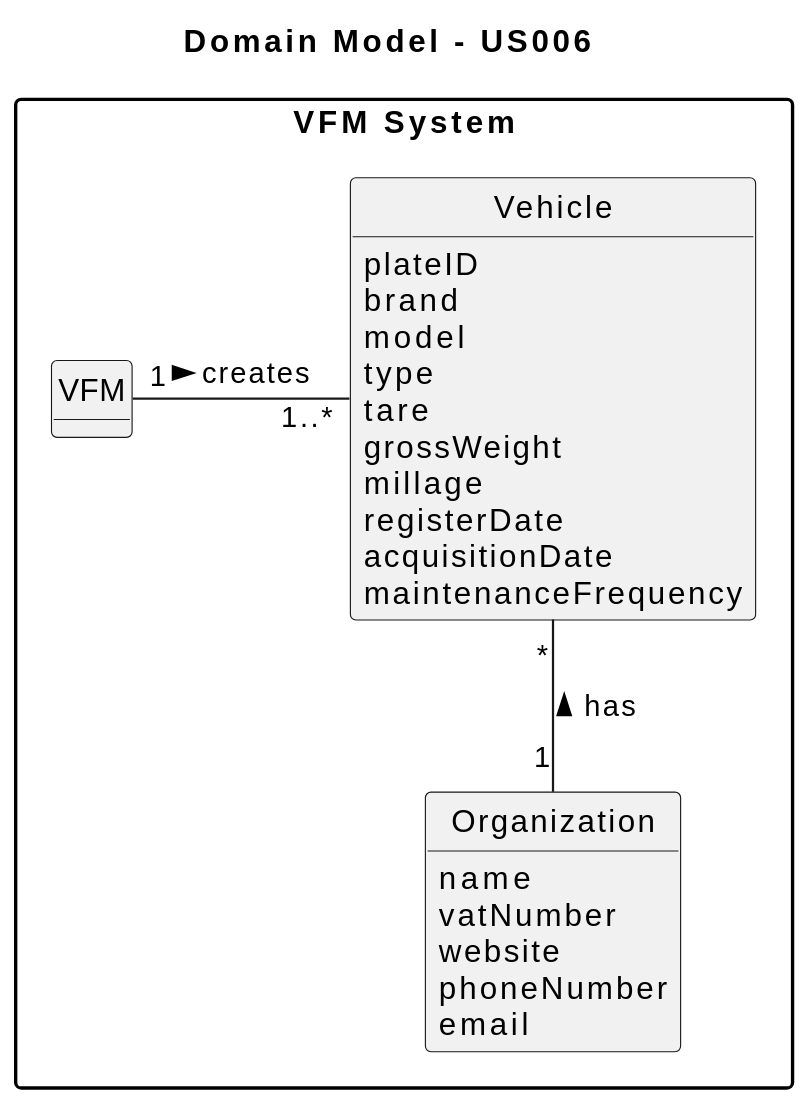
Above: docs/sprintB/us006/02.analysis/svg/us006-domain-model.svg in SAEmanuel/Green_Spaces_Management_ISEP (PlantUML), before the change. Its diagram source:
```plantuml
@startuml
skinparam monochrome true
skinparam packageStyle rectangle
skinparam shadowing false

skinparam classAttributeIconSize 0

hide circles
hide methods

title Domain Model - US006

package "VFM System" {

    class VFM {
    }

    class Vehicle {
         plateID
         brand
         model
         type
         tare
         grossWeight
         millage
         registerDate
         acquisitionDate
         maintenanceFrequency
    }

    class Organization {
            name
            vatNumber
            website
            phoneNumber
            email
        }


    VFM "1" - "1..*" Vehicle : creates >
    Vehicle "*" -- "1" Organization : has <
}
@enduml
```
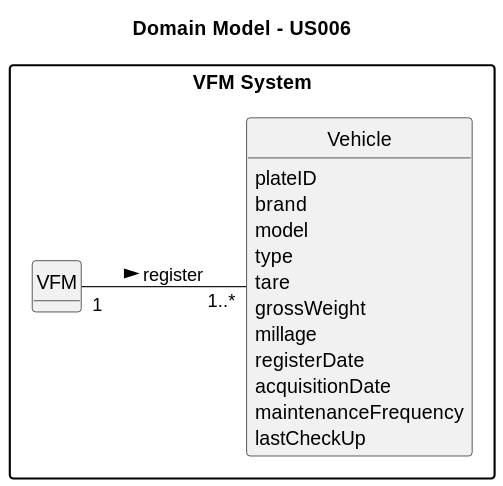
After the commit.

Commit message:
US001 - US001 - design (full diagram) v2.2.0

Diff of the diagram source:
```diff
@@ -4,6 +4,7 @@
 skinparam shadowing false
 
 skinparam classAttributeIconSize 0
+left to right direction
 
 hide circles
 hide methods
@@ -26,18 +27,10 @@
          registerDate
          acquisitionDate
          maintenanceFrequency
+         lastCheckUp
     }
 
-    class Organization {
-            name
-            vatNumber
-            website
-            phoneNumber
-            email
-        }
 
-
-    VFM "1" - "1..*" Vehicle : creates >
-    Vehicle "*" -- "1" Organization : has <
+    VFM "1" -- "1..*" Vehicle : register >
 }
 @enduml
```
